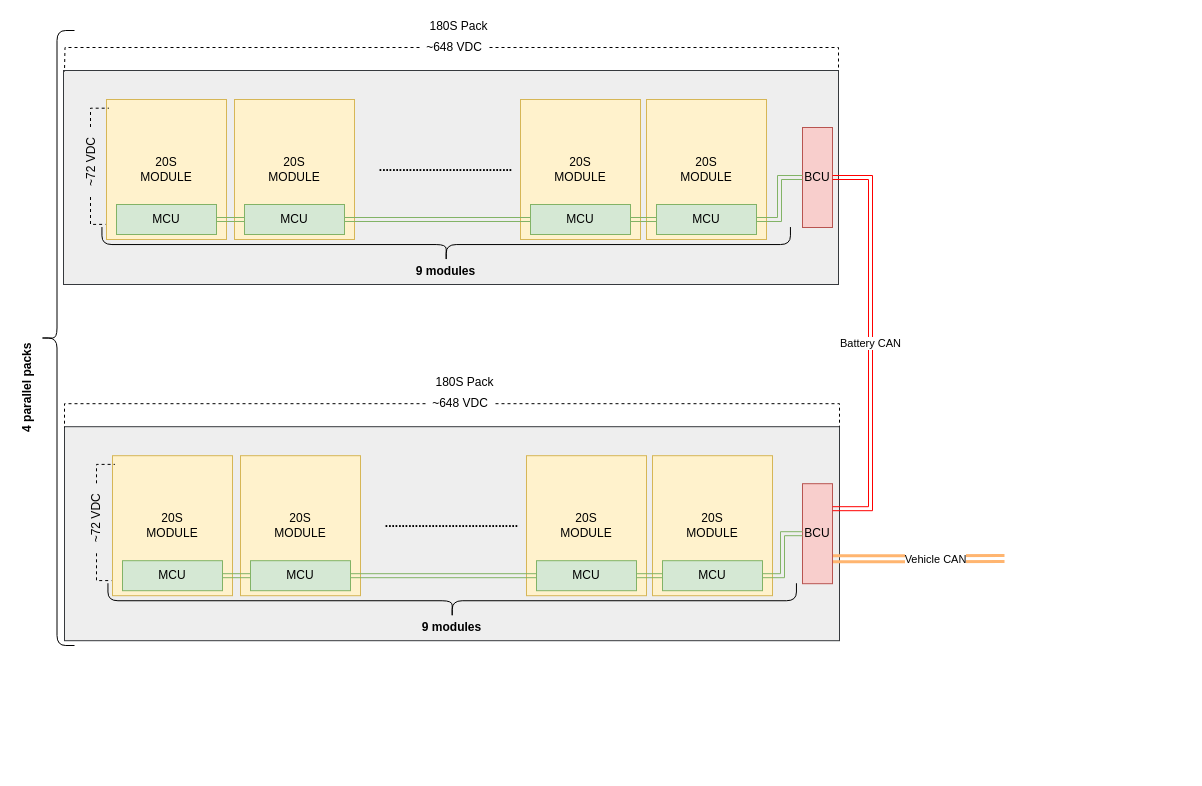
yusufselimkaratas/Draw_Io keeps this draw.io diagram as page "Option_1" (1 of 3) of DRAWINGS/HC_Layout.drawio. Above is the earlier version. Source tidied: cells renumbered, new cells numbered last; positions are measured from the earlier drawing's top-left corner, leaving out a move shared by most shapes. Both pictures are drawn from the tidied source at 100%, with x=0, y=0 at pixel (-62, -100).
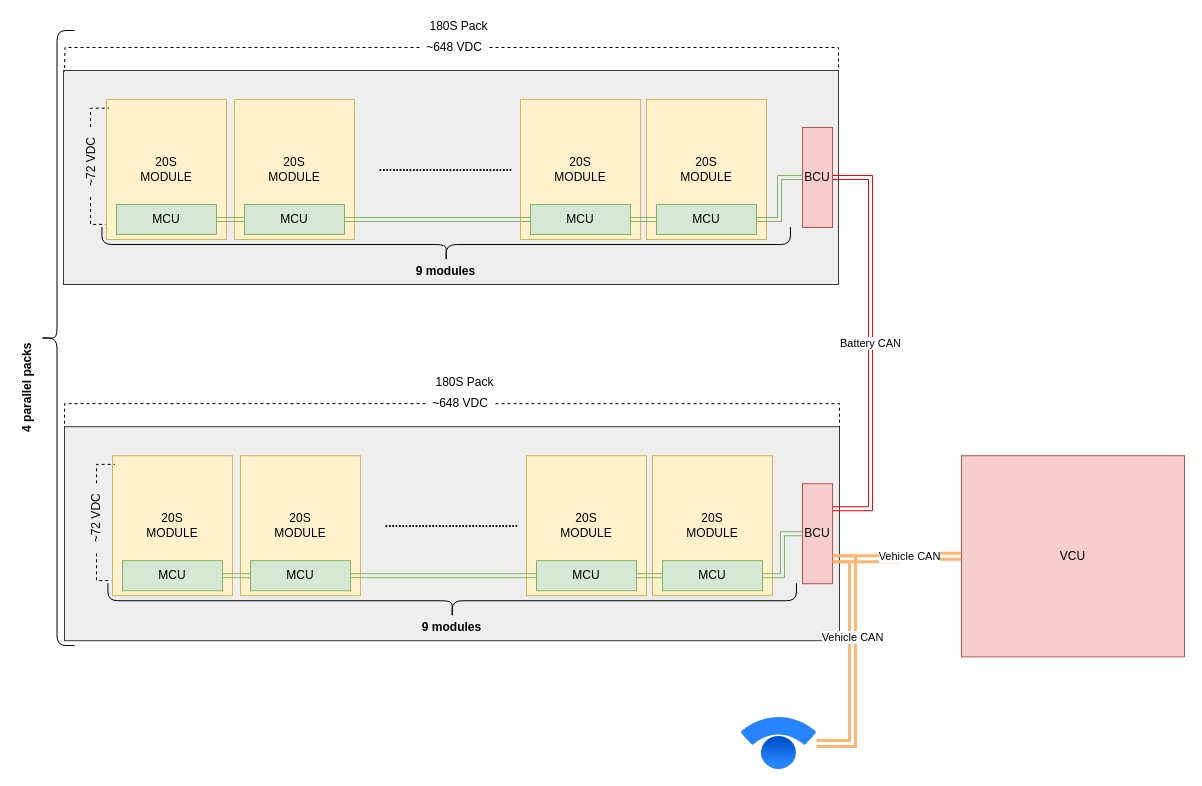
The same page after the edit.

Unchanged cells that the change refers to:
```xml
<mxCell id="50" value="BCU" style="rounded=0;whiteSpace=wrap;html=1;fillColor=#f8cecc;strokeColor=#b85450;direction=south;" parent="1" vertex="1">
  <mxGeometry x="864" y="583.2" width="30" height="100" as="geometry" />
</mxCell>
```

What changed in the source:
```diff
@@
-    <mxCell id="48" style="edgeStyle=orthogonalEdgeStyle;shape=link;rounded=0;jettySize=auto;html=1;exitX=0.75;exitY=0;exitDx=0;exitDy=0;endArrow=none;endFill=0;strokeWidth=3;fillColor=#ffff88;strokeColor=#FFB570;" parent="1" edge="1" source="50">
-      <mxGeometry relative="1" as="geometry">
-        <mxPoint x="1066" y="658" as="targetPoint" />
-      </mxGeometry>
+    <mxCell id="48" style="edgeStyle=orthogonalEdgeStyle;shape=link;rounded=0;jettySize=auto;html=1;exitX=0.75;exitY=0;exitDx=0;exitDy=0;endArrow=none;endFill=0;strokeWidth=3;fillColor=#ffff88;strokeColor=#FFB570;" parent="1" edge="1" source="50" target="65">
+      <mxGeometry relative="1" as="geometry" />
     </mxCell>
@@
+    <mxCell id="65" value="VCU" style="rounded=0;whiteSpace=wrap;html=1;fillColor=#f8cecc;strokeColor=#b85450;direction=south;" parent="1" vertex="1">
+      <mxGeometry x="1023" y="555.2" width="223" height="201.2" as="geometry" />
+    </mxCell>
+    <mxCell id="66" style="image;html=1;image=img/lib/atlassian/Statuspage_Logo.svg;" parent="1" vertex="1">
+      <mxGeometry x="803" y="817" width="75" height="52" as="geometry" />
+    </mxCell>
+    <mxCell id="67" style="edgeStyle=orthogonalEdgeStyle;shape=link;rounded=0;jettySize=auto;html=1;exitX=1;exitY=0.5;exitDx=0;exitDy=0;endArrow=none;endFill=0;strokeWidth=3;fillColor=#ffff88;strokeColor=#FFB570;entryX=0.75;entryY=0;entryDx=0;entryDy=0;" parent="1" edge="1" source="66" target="50">
+      <mxGeometry relative="1" as="geometry" />
+    </mxCell>
+    <mxCell id="68" value="Vehicle CAN" style="edgeLabel;html=1;align=center;verticalAlign=middle;" parent="67" vertex="1">
+      <mxGeometry x="0.2" y="1" relative="1" as="geometry">
+        <mxPoint y="1" as="offset" />
+      </mxGeometry>
+    </mxCell>
```
